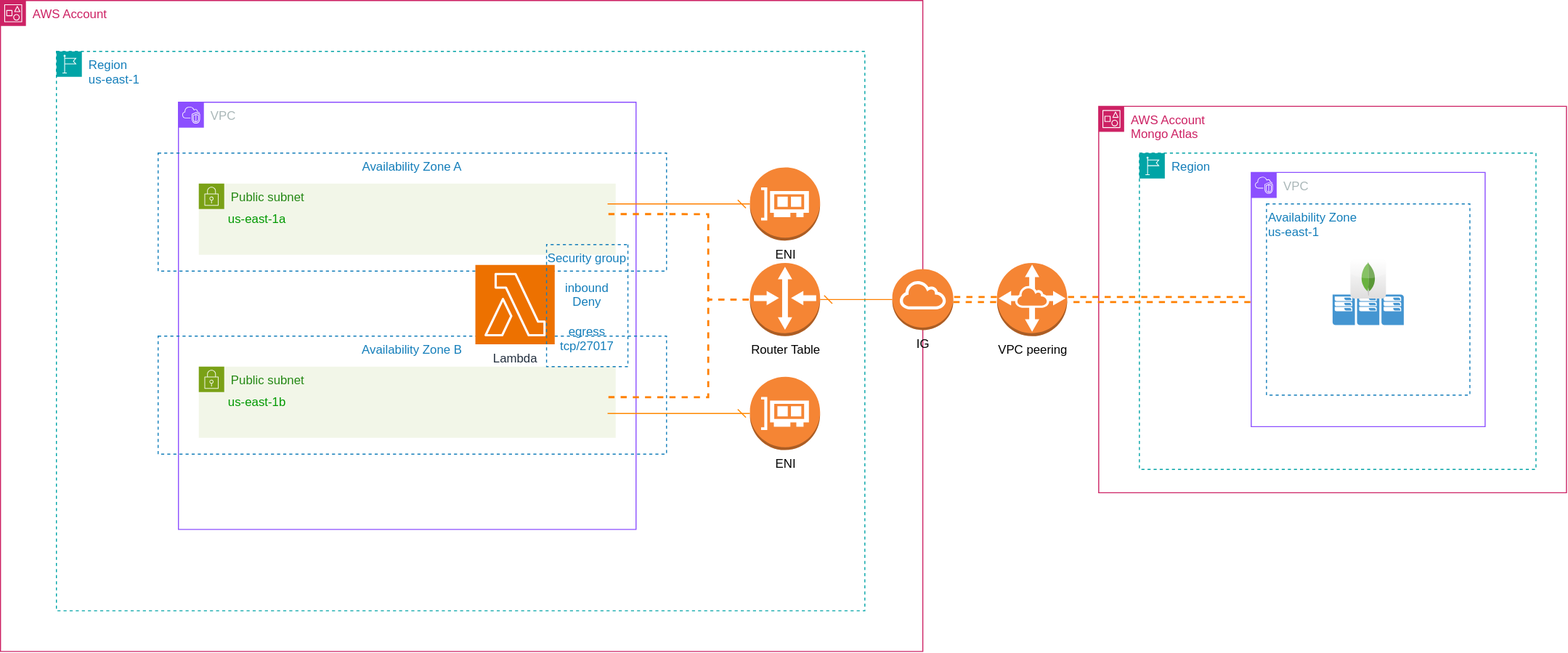
Above: images/lambda-function-mongo-atlas.drawio.svg in Jardielson-s/get_mongo_atlas_data (draw.io), before the change. Source tidied: cells renumbered, new cells last; positions are measured from the earlier drawing's top-left corner, leaving out a move shared by most shapes. Its diagram source:
```xml
<mxGraphModel>
  <root>
    <mxCell id="0" />
    <mxCell id="1" parent="0" />
    <mxCell id="2" value="AWS Account&lt;br&gt;Mongo Atlas" style="gradientColor=none;html=1;whiteSpace=wrap;fontSize=12;fontStyle=0;shape=mxgraph.aws4.group;grIcon=mxgraph.aws4.group_account;strokeColor=#CD2264;fillColor=none;verticalAlign=top;align=left;spacingLeft=30;fontColor=#CD2264;dashed=0;" parent="1" vertex="1">
      <mxGeometry x="1080" y="104" width="460" height="380" as="geometry" />
    </mxCell>
    <mxCell id="3" value="Region" style="gradientColor=none;html=1;whiteSpace=wrap;fontSize=12;fontStyle=0;shape=mxgraph.aws4.group;grIcon=mxgraph.aws4.group_region;strokeColor=#00A4A6;fillColor=none;verticalAlign=top;align=left;spacingLeft=30;fontColor=#147EBA;dashed=1;" parent="2" vertex="1">
      <mxGeometry x="40" y="46" width="390" height="311" as="geometry" />
    </mxCell>
    <mxCell id="4" value="VPC" style="points=[[0,0],[0.25,0],[0.5,0],[0.75,0],[1,0],[1,0.25],[1,0.5],[1,0.75],[1,1],[0.75,1],[0.5,1],[0.25,1],[0,1],[0,0.75],[0,0.5],[0,0.25]];outlineConnect=0;gradientColor=none;html=1;whiteSpace=wrap;fontSize=12;fontStyle=0;shape=mxgraph.aws4.group;grIcon=mxgraph.aws4.group_vpc2;strokeColor=#8C4FFF;fillColor=none;verticalAlign=top;align=left;spacingLeft=30;fontColor=#AAB7B8;dashed=0;" parent="3" vertex="1">
      <mxGeometry x="110" y="19" width="230" height="250" as="geometry" />
    </mxCell>
    <mxCell id="5" value="&lt;div align=&quot;left&quot;&gt;Availability Zone&lt;br&gt;us-east-1&lt;/div&gt;" style="fillColor=none;strokeColor=#147EBA;dashed=1;verticalAlign=top;fontStyle=0;fontColor=#147EBA;whiteSpace=wrap;html=1;align=left;" parent="4" vertex="1">
      <mxGeometry x="15" y="31" width="200" height="188" as="geometry" />
    </mxCell>
    <mxCell id="6" style="shadow=0;dashed=0;html=1;strokeColor=none;fillColor=#4495D1;labelPosition=center;verticalLabelPosition=bottom;verticalAlign=top;align=center;shape=mxgraph.veeam.cluster;" parent="4" vertex="1">
      <mxGeometry x="80" y="120" width="70" height="30" as="geometry" />
    </mxCell>
    <mxCell id="7" style="dashed=0;html=1;align=center;labelPosition=center;verticalLabelPosition=bottom;verticalAlign=top;shape=mxgraph.webicons.mongodb;gradientColor=#DFDEDE;" parent="4" vertex="1">
      <mxGeometry x="97.5" y="85" width="35" height="39" as="geometry" />
    </mxCell>
    <mxCell id="8" value="AWS Account" style="gradientColor=none;html=1;whiteSpace=wrap;fontSize=12;fontStyle=0;shape=mxgraph.aws4.group;grIcon=mxgraph.aws4.group_account;strokeColor=#CD2264;fillColor=none;verticalAlign=top;align=left;spacingLeft=30;fontColor=#CD2264;dashed=0;" parent="1" vertex="1">
      <mxGeometry width="907" height="640" as="geometry" />
    </mxCell>
    <mxCell id="9" value="Region&lt;br&gt;us-east-1" style="gradientColor=none;html=1;whiteSpace=wrap;fontSize=12;fontStyle=0;shape=mxgraph.aws4.group;grIcon=mxgraph.aws4.group_region;strokeColor=#00A4A6;fillColor=none;verticalAlign=top;align=left;spacingLeft=30;fontColor=#147EBA;dashed=1;" parent="8" vertex="1">
      <mxGeometry x="55" y="50" width="795" height="550" as="geometry" />
    </mxCell>
    <mxCell id="10" value="VPC" style="gradientColor=none;html=1;whiteSpace=wrap;fontSize=12;fontStyle=0;shape=mxgraph.aws4.group;grIcon=mxgraph.aws4.group_vpc2;strokeColor=#8C4FFF;fillColor=none;verticalAlign=top;align=left;spacingLeft=30;fontColor=#AAB7B8;dashed=0;" parent="9" vertex="1">
      <mxGeometry x="120" y="50" width="450" height="420" as="geometry" />
    </mxCell>
    <mxCell id="11" value="Public subnet" style="gradientColor=none;html=1;whiteSpace=wrap;fontSize=12;fontStyle=0;shape=mxgraph.aws4.group;grIcon=mxgraph.aws4.group_security_group;grStroke=0;strokeColor=#7AA116;fillColor=#F2F6E8;verticalAlign=top;align=left;spacingLeft=30;fontColor=#248814;dashed=1;" parent="10" vertex="1">
      <mxGeometry x="20" y="80" width="410" height="70" as="geometry" />
    </mxCell>
    <mxCell id="12" value="&lt;font color=&quot;#009900&quot;&gt;us-east-1a&lt;/font&gt;" style="text;html=1;align=center;verticalAlign=middle;strokeColor=none;fillColor=none;" parent="11" vertex="1">
      <mxGeometry x="17" y="20" width="80" height="30" as="geometry" />
    </mxCell>
    <mxCell id="13" value="Availability Zone A" style="fillColor=none;strokeColor=#147EBA;dashed=1;verticalAlign=top;fontStyle=0;fontColor=#147EBA;whiteSpace=wrap;html=1;" parent="11" vertex="1">
      <mxGeometry x="-40" y="-30" width="500" height="116" as="geometry" />
    </mxCell>
    <mxCell id="14" value="Public subnet" style="gradientColor=none;html=1;whiteSpace=wrap;fontSize=12;fontStyle=0;shape=mxgraph.aws4.group;grIcon=mxgraph.aws4.group_security_group;grStroke=0;strokeColor=#7AA116;fillColor=#F2F6E8;verticalAlign=top;align=left;spacingLeft=30;fontColor=#248814;dashed=0;" parent="10" vertex="1">
      <mxGeometry x="20" y="260" width="410" height="70" as="geometry" />
    </mxCell>
    <mxCell id="15" value="&lt;font color=&quot;#009900&quot;&gt;us-east-1b&lt;/font&gt;" style="text;html=1;align=center;verticalAlign=middle;strokeColor=none;fillColor=none;" parent="14" vertex="1">
      <mxGeometry x="17" y="20" width="80" height="30" as="geometry" />
    </mxCell>
    <mxCell id="16" value="Availability Zone B" style="fillColor=none;strokeColor=#147EBA;dashed=1;verticalAlign=top;fontStyle=0;fontColor=#147EBA;whiteSpace=wrap;html=1;" parent="10" vertex="1">
      <mxGeometry x="-20" y="230" width="500" height="116" as="geometry" />
    </mxCell>
    <mxCell id="17" value="Lambda" style="sketch=0;fontColor=#232F3E;fillColor=#ED7100;strokeColor=#ffffff;dashed=0;verticalLabelPosition=bottom;verticalAlign=top;align=center;html=1;fontSize=12;fontStyle=0;shape=mxgraph.aws4.resourceIcon;resIcon=mxgraph.aws4.lambda;" parent="10" vertex="1">
      <mxGeometry x="292" y="160" width="78" height="78" as="geometry" />
    </mxCell>
    <mxCell id="18" value="&lt;div&gt;Security group&lt;br&gt;&lt;br&gt;inbound&lt;br&gt;Deny&lt;br&gt;&lt;/div&gt;&lt;br&gt;egress&lt;br&gt;tcp/&lt;span&gt;27017&lt;/span&gt;" style="fillColor=none;strokeColor=#147EBA;verticalAlign=top;fontStyle=0;fontColor=#147EBA;whiteSpace=wrap;html=1;direction=south;dashed=1;" parent="10" vertex="1">
      <mxGeometry x="362" y="140" width="80" height="120" as="geometry" />
    </mxCell>
    <mxCell id="19" value="Router Table" style="outlineConnect=0;dashed=0;verticalLabelPosition=bottom;verticalAlign=top;align=center;html=1;shape=mxgraph.aws3.router;fillColor=#F58534;gradientColor=none;" parent="9" vertex="1">
      <mxGeometry x="682" y="208" width="69" height="72" as="geometry" />
    </mxCell>
    <mxCell id="20" style="edgeStyle=orthogonalEdgeStyle;rounded=0;jettySize=auto;html=1;endArrow=none;endFill=0;dashed=1;strokeColor=#FF8000;flowAnimation=1;exitX=0.884;exitY=0.517;exitDx=0;exitDy=0;exitPerimeter=0;strokeWidth=2;" parent="9" edge="1" source="13" target="19">
      <mxGeometry relative="1" as="geometry" />
    </mxCell>
    <mxCell id="21" style="edgeStyle=orthogonalEdgeStyle;rounded=0;jettySize=auto;html=1;endArrow=none;endFill=0;dashed=1;strokeColor=#FF8000;exitX=0.884;exitY=0.517;exitDx=0;exitDy=0;exitPerimeter=0;flowAnimation=1;strokeWidth=2;" parent="9" edge="1" source="16" target="19">
      <mxGeometry relative="1" as="geometry" />
    </mxCell>
    <mxCell id="22" value="ENI" style="outlineConnect=0;dashed=0;verticalLabelPosition=bottom;verticalAlign=top;align=center;html=1;shape=mxgraph.aws3.elastic_network_interface;fillColor=#F58534;gradientColor=none;" parent="9" vertex="1">
      <mxGeometry x="682" y="114" width="69" height="72" as="geometry" />
    </mxCell>
    <mxCell id="23" style="edgeStyle=orthogonalEdgeStyle;rounded=0;jettySize=auto;html=1;entryX=0.884;entryY=0.431;entryDx=0;entryDy=0;entryPerimeter=0;endArrow=none;endFill=0;startArrow=dash;startFill=0;strokeColor=#FF8000;" parent="9" edge="1" source="22" target="13">
      <mxGeometry relative="1" as="geometry" />
    </mxCell>
    <mxCell id="24" value="ENI" style="outlineConnect=0;dashed=0;verticalLabelPosition=bottom;verticalAlign=top;align=center;html=1;shape=mxgraph.aws3.elastic_network_interface;fillColor=#F58534;gradientColor=none;" parent="9" vertex="1">
      <mxGeometry x="682" y="320" width="69" height="72" as="geometry" />
    </mxCell>
    <mxCell id="25" style="edgeStyle=orthogonalEdgeStyle;rounded=0;jettySize=auto;html=1;entryX=0.884;entryY=0.655;entryDx=0;entryDy=0;entryPerimeter=0;endArrow=none;endFill=0;startArrow=dash;startFill=0;strokeColor=#FF8800;" parent="9" edge="1" source="24" target="16">
      <mxGeometry relative="1" as="geometry" />
    </mxCell>
    <mxCell id="26" value="IG" style="outlineConnect=0;dashed=0;verticalLabelPosition=bottom;verticalAlign=top;align=center;html=1;shape=mxgraph.aws3.internet_gateway;fillColor=#F58534;gradientColor=none;" parent="8" vertex="1">
      <mxGeometry x="877" y="264" width="60" height="60" as="geometry" />
    </mxCell>
    <mxCell id="27" style="edgeStyle=orthogonalEdgeStyle;rounded=0;jettySize=auto;html=1;endArrow=none;endFill=0;startArrow=dash;startFill=0;entryX=0;entryY=0.5;entryDx=0;entryDy=0;entryPerimeter=0;strokeColor=#FF8000;" parent="8" edge="1" source="19" target="26">
      <mxGeometry relative="1" as="geometry" />
    </mxCell>
    <mxCell id="28" style="edgeStyle=orthogonalEdgeStyle;rounded=0;jettySize=auto;html=1;strokeColor=#FF8000;dashed=1;shape=link;flowAnimation=1;strokeWidth=2;" parent="1" edge="1" source="29" target="4">
      <mxGeometry relative="1" as="geometry" />
    </mxCell>
    <mxCell id="29" value="VPC peering" style="outlineConnect=0;dashed=0;verticalLabelPosition=bottom;verticalAlign=top;align=center;html=1;shape=mxgraph.aws3.vpc_peering;fillColor=#F58534;gradientColor=none;" parent="1" vertex="1">
      <mxGeometry x="980" y="258" width="69" height="72" as="geometry" />
    </mxCell>
    <mxCell id="30" style="edgeStyle=orthogonalEdgeStyle;rounded=0;jettySize=auto;html=1;entryX=0;entryY=0.5;entryDx=0;entryDy=0;entryPerimeter=0;endArrow=none;endFill=0;dashed=1;shape=link;flowAnimation=1;strokeColor=#FF8000;strokeWidth=2;" parent="1" edge="1" source="26" target="29">
      <mxGeometry relative="1" as="geometry" />
    </mxCell>
  </root>
</mxGraphModel>
```
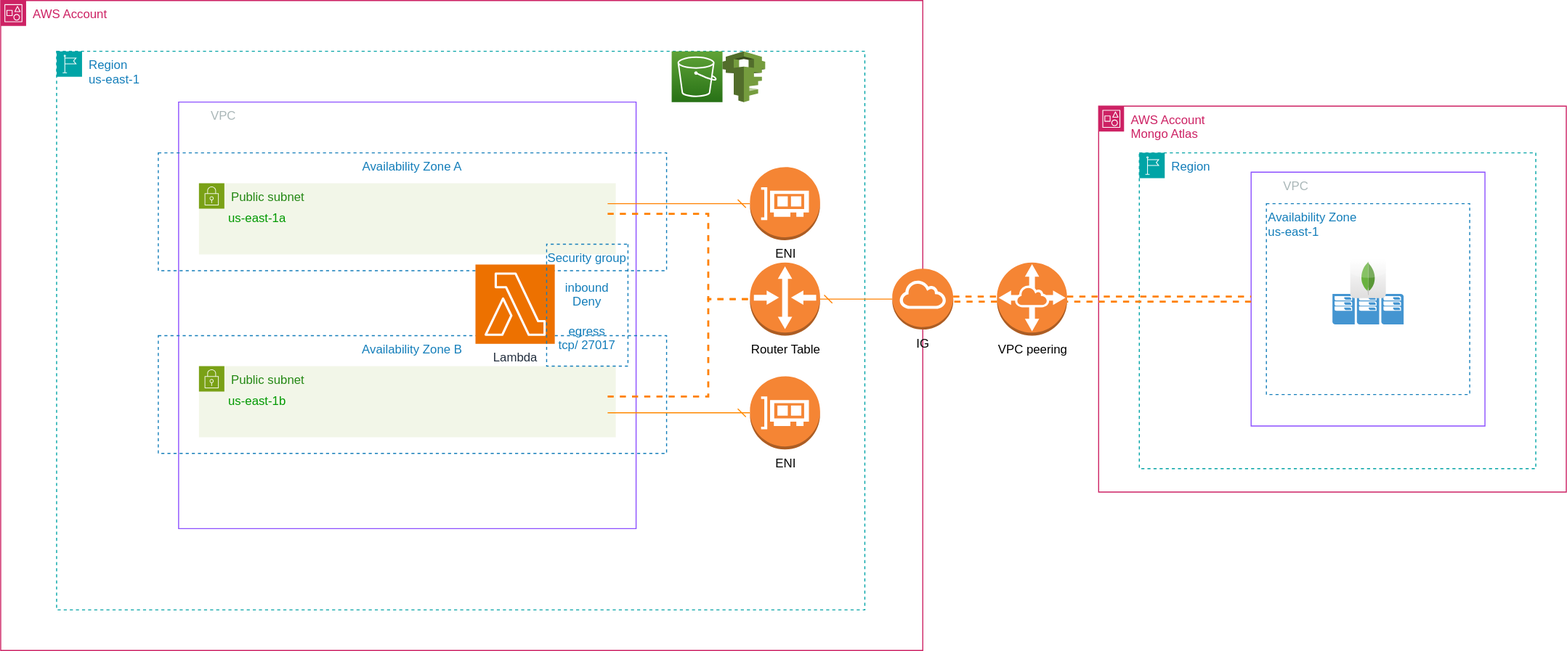
The same diagram one commit later.

What changed in the source:
```diff
@@ -74,6 +74,12 @@
     <mxCell id="25" style="edgeStyle=orthogonalEdgeStyle;rounded=0;jettySize=auto;html=1;entryX=0.884;entryY=0.655;entryDx=0;entryDy=0;entryPerimeter=0;endArrow=none;endFill=0;startArrow=dash;startFill=0;strokeColor=#FF8800;" parent="9" edge="1" source="24" target="16">
       <mxGeometry relative="1" as="geometry" />
     </mxCell>
+    <mxCell id="31" style="sketch=0;fontColor=#232F3E;gradientColor=#60A337;gradientDirection=north;fillColor=#277116;strokeColor=#ffffff;dashed=0;verticalLabelPosition=bottom;verticalAlign=top;align=center;html=1;fontSize=12;fontStyle=0;shape=mxgraph.aws4.resourceIcon;resIcon=mxgraph.aws4.s3;" parent="9" vertex="1">
+      <mxGeometry x="605" width="50" height="50" as="geometry" />
+    </mxCell>
+    <mxCell id="32" style="dashed=0;verticalLabelPosition=bottom;verticalAlign=top;align=center;html=1;shape=mxgraph.aws3.iam;fillColor=#759C3E;gradientColor=none;" parent="9" vertex="1">
+      <mxGeometry x="655" width="42" height="50" as="geometry" />
+    </mxCell>
     <mxCell id="26" value="IG" style="outlineConnect=0;dashed=0;verticalLabelPosition=bottom;verticalAlign=top;align=center;html=1;shape=mxgraph.aws3.internet_gateway;fillColor=#F58534;gradientColor=none;" parent="8" vertex="1">
       <mxGeometry x="877" y="264" width="60" height="60" as="geometry" />
     </mxCell>
```
